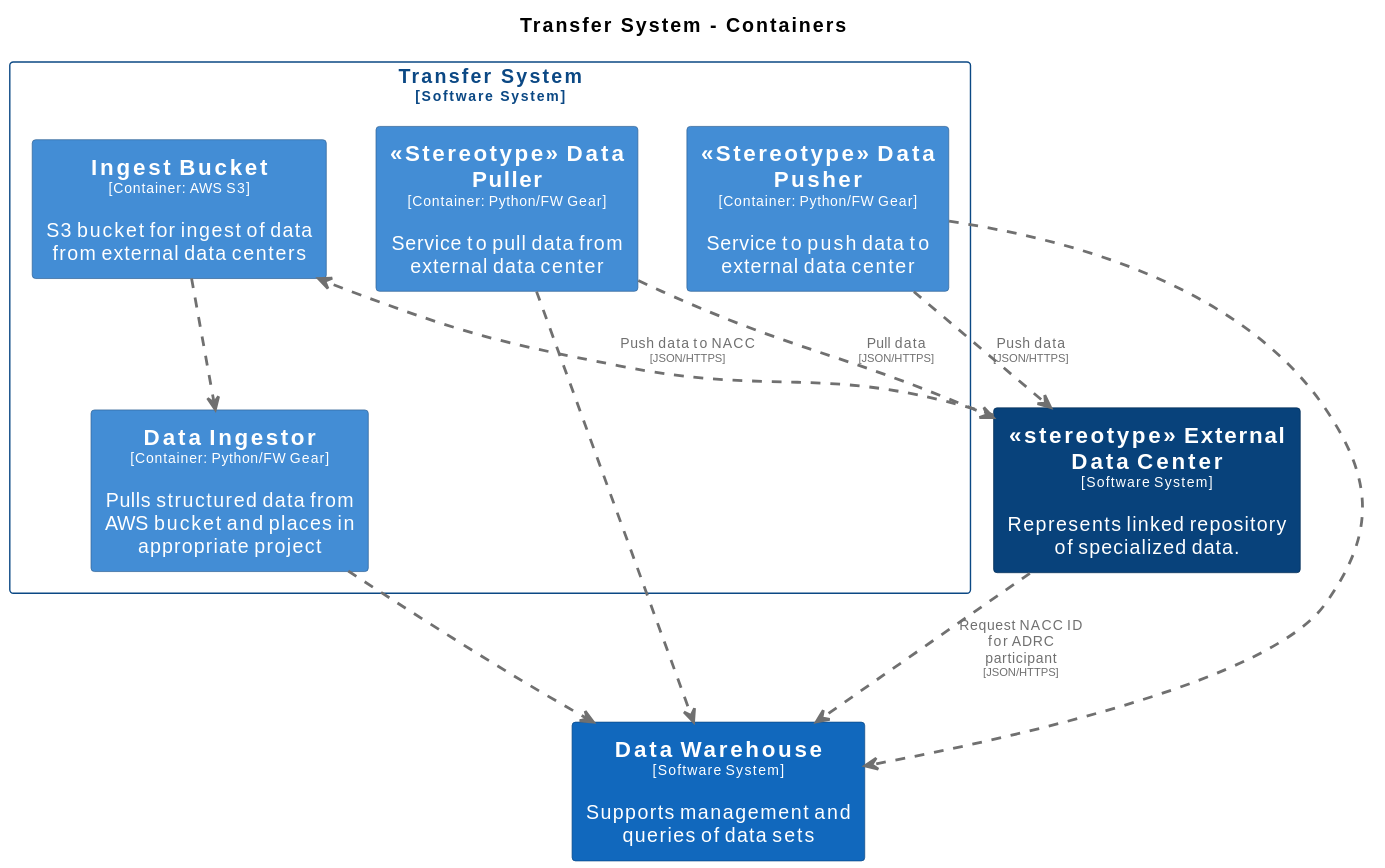
Before: docs/images/structurizr-TransferContainers.svg, a diagram exported from PlantUML (naccdata/system-design).
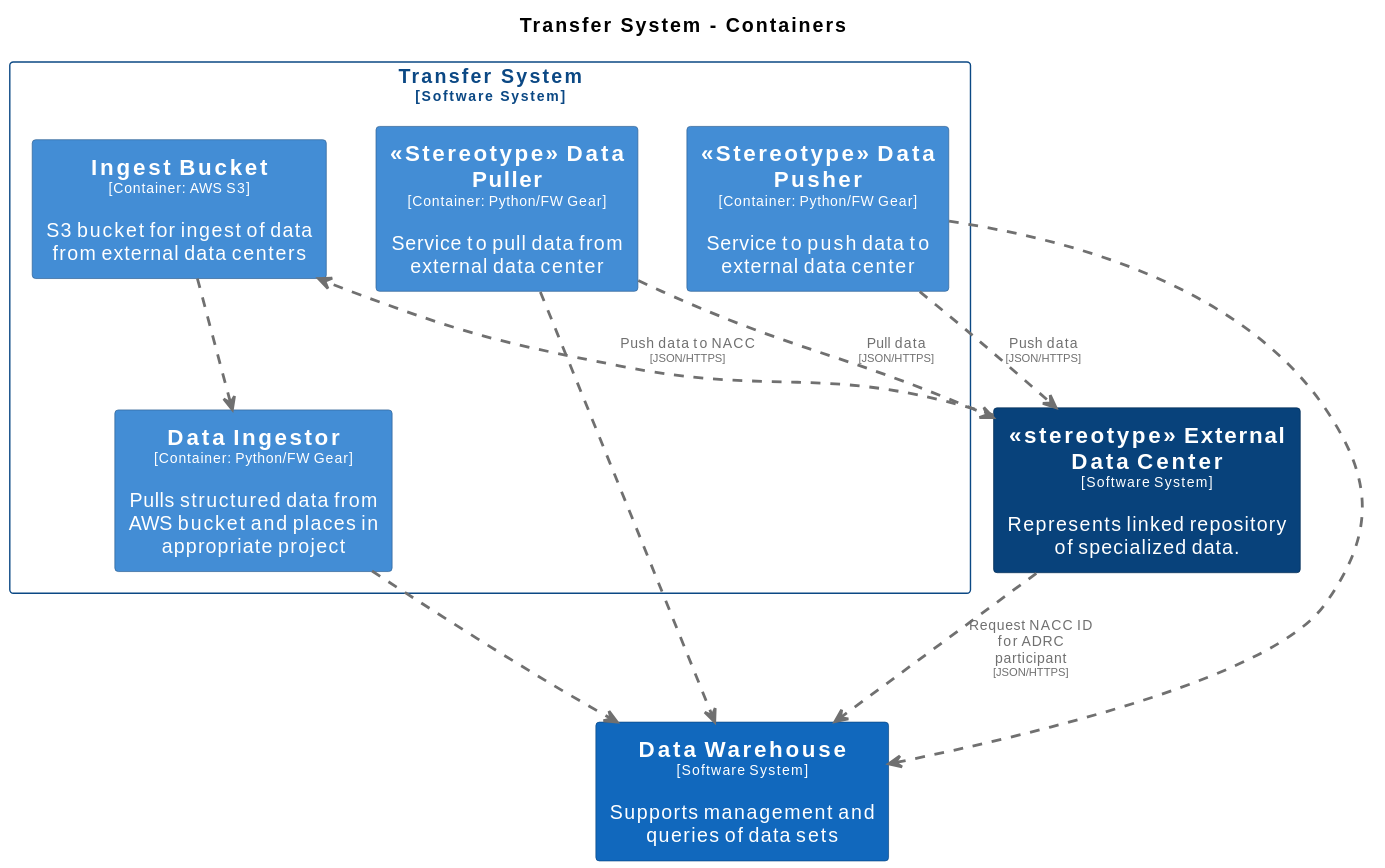
After the commit.

Diff of the diagram source:
```diff
@@ -52,18 +52,18 @@
   skinparam RectangleBorderColor<<TransferSystem>> #0b4884
   skinparam RectangleFontColor<<TransferSystem>> #0b4884
 
+  rectangle "==Data Ingestor\n<size:10>[Container: Python/FW Gear]</size>\n\nPulls structured data from AWS bucket and places in appropriate project" <<TransferSystem.DataIngestor>> as TransferSystem.DataIngestor
+  rectangle "==Ingest Bucket\n<size:10>[Container: AWS S3]</size>\n\nS3 bucket for ingest of data from external data centers" <<TransferSystem.IngestBucket>> as TransferSystem.IngestBucket
   rectangle "==<<Stereotype>> Data Puller\n<size:10>[Container: Python/FW Gear]</size>\n\nService to pull data from external data center" <<TransferSystem.StereotypeDataPuller>> as TransferSystem.StereotypeDataPuller
   rectangle "==<<Stereotype>> Data Pusher\n<size:10>[Container: Python/FW Gear]</size>\n\nService to push data to external data center" <<TransferSystem.StereotypeDataPusher>> as TransferSystem.StereotypeDataPusher
-  rectangle "==Data Ingestor\n<size:10>[Container: Python/FW Gear]</size>\n\nPulls structured data from AWS bucket and places in appropriate project" <<TransferSystem.DataIngestor>> as TransferSystem.DataIngestor
-  rectangle "==Ingest Bucket\n<size:10>[Container: AWS S3]</size>\n\nS3 bucket for ingest of data from external data centers" <<TransferSystem.IngestBucket>> as TransferSystem.IngestBucket
 }
 
-TransferSystem.StereotypeDataPuller .[#707070,thickness=2].> DataWarehouse : "<color:#707070>"
-TransferSystem.StereotypeDataPusher .[#707070,thickness=2].> DataWarehouse : "<color:#707070>"
 stereotypeExternalDataCenter .[#707070,thickness=2].> DataWarehouse : "<color:#707070>Request NACC ID for ADRC participant\n<color:#707070><size:8>[JSON/HTTPS]</size>"
 stereotypeExternalDataCenter .[#707070,thickness=2].> TransferSystem.IngestBucket : "<color:#707070>Push data to NACC\n<color:#707070><size:8>[JSON/HTTPS]</size>"
 TransferSystem.StereotypeDataPuller .[#707070,thickness=2].> stereotypeExternalDataCenter : "<color:#707070>Pull data\n<color:#707070><size:8>[JSON/HTTPS]</size>"
 TransferSystem.StereotypeDataPusher .[#707070,thickness=2].> stereotypeExternalDataCenter : "<color:#707070>Push data\n<color:#707070><size:8>[JSON/HTTPS]</size>"
 TransferSystem.DataIngestor .[#707070,thickness=2].> DataWarehouse : "<color:#707070>"
 TransferSystem.IngestBucket .[#707070,thickness=2].> TransferSystem.DataIngestor : "<color:#707070>"
+TransferSystem.StereotypeDataPuller .[#707070,thickness=2].> DataWarehouse : "<color:#707070>"
+TransferSystem.StereotypeDataPusher .[#707070,thickness=2].> DataWarehouse : "<color:#707070>"
 @enduml
```
